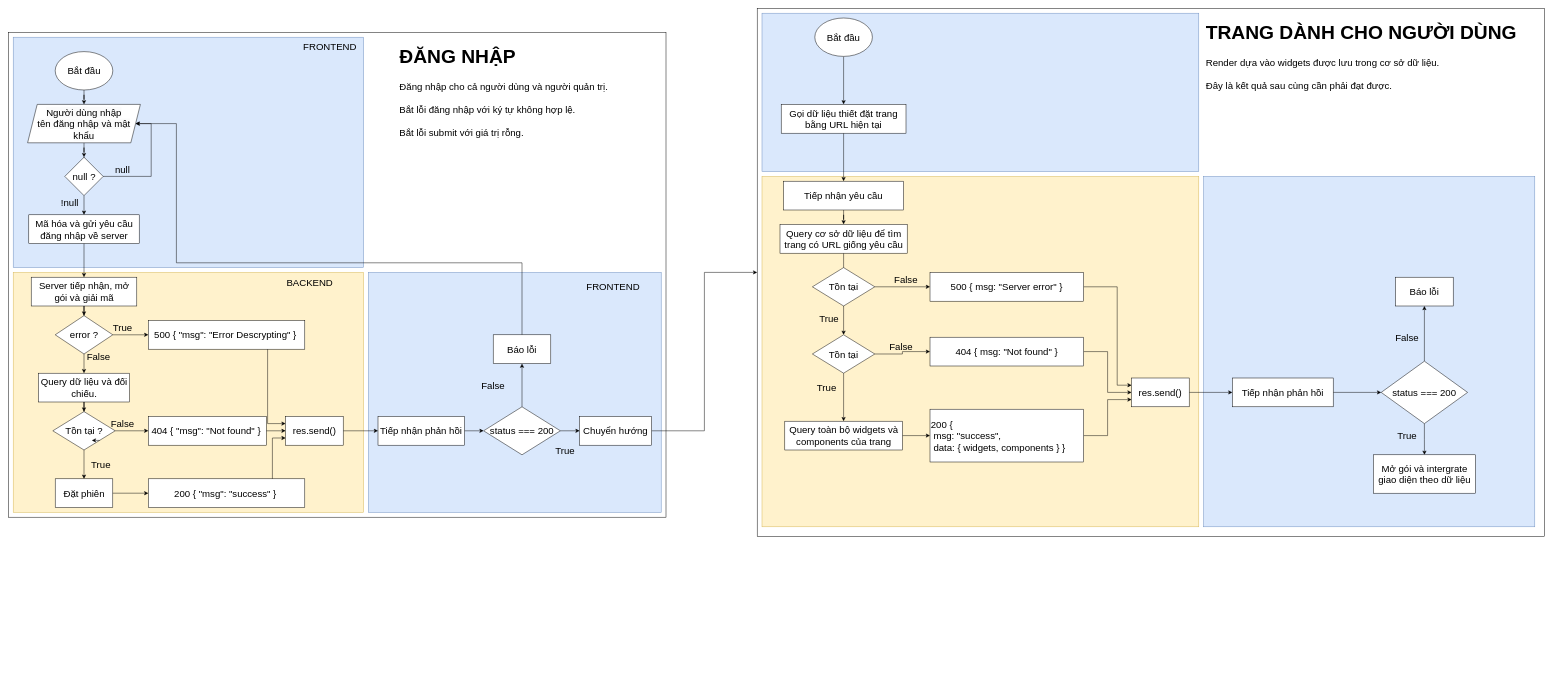
dbdev2912/khong_dc_khau_nghiep keeps this draw.io diagram as LogicWorkflow.drawio. Above is the earlier version. Source tidied: cells renumbered, new cells numbered last; positions are measured from the earlier drawing's top-left corner, leaving out a move shared by most shapes. Both pictures are drawn from the tidied source at 48%, with x=0, y=0 at pixel (8, 8).
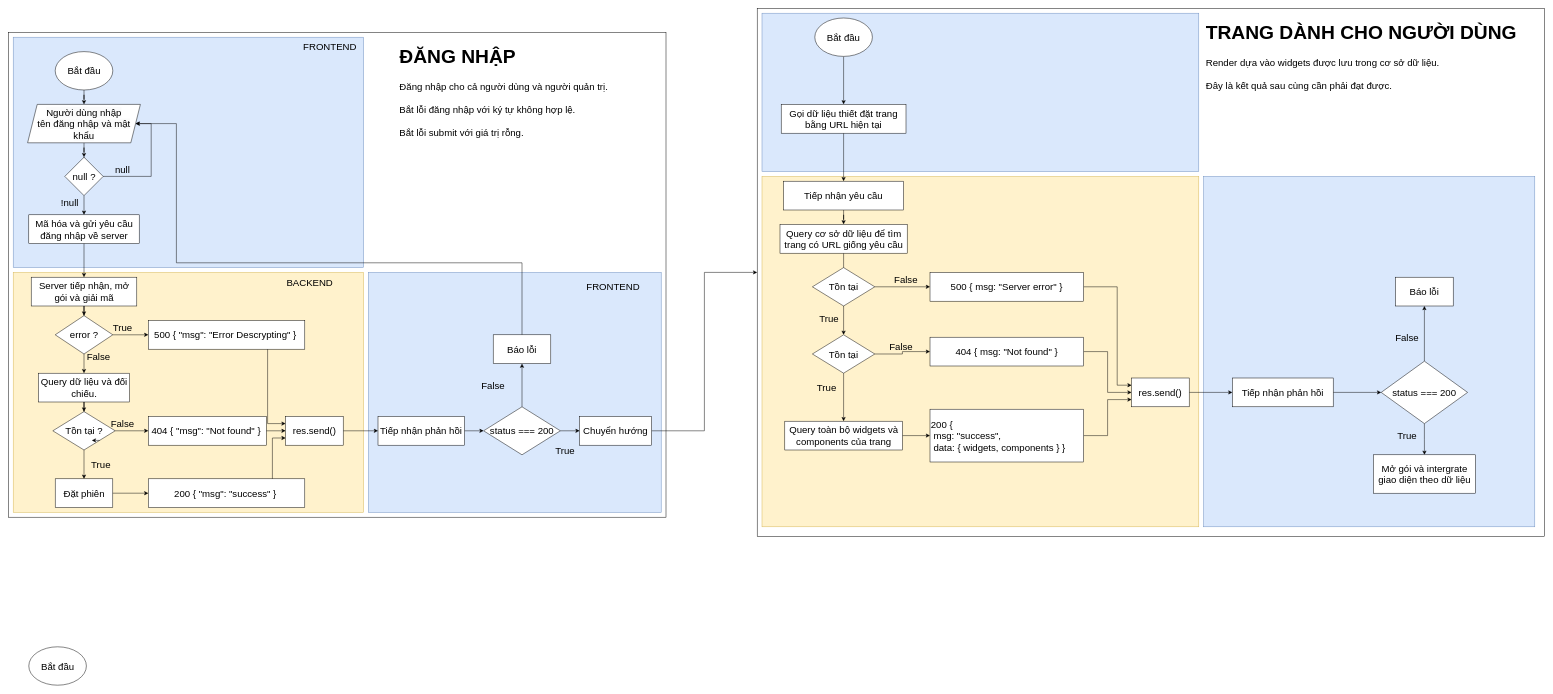
After the change.

Commit message:
Cập nhật LogicWorkflow.drawio

Change to the diagram source:
```diff
@@
+    <mxCell id="99" value="Bắt đầu" style="ellipse;whiteSpace=wrap;html=1;fontSize=20;" parent="1" vertex="1">
+      <mxGeometry x="42.5" y="1330" width="120" height="80" as="geometry" />
+    </mxCell>
```
